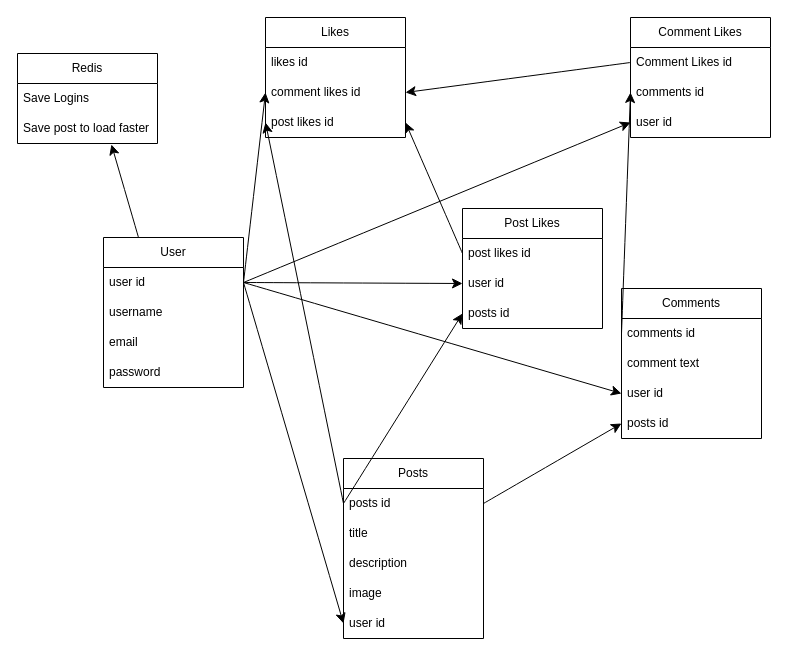
This is excercise4/Module8Exercise4Redis.drawio from nelg62/Module-8, a draw.io file, before an edit. Source tidied: cells renumbered, new cells numbered last; positions are measured from the earlier drawing's top-left corner, leaving out a move shared by most shapes. Both pictures are drawn from the tidied source at 100%, with x=0, y=0 at pixel (17, 17).
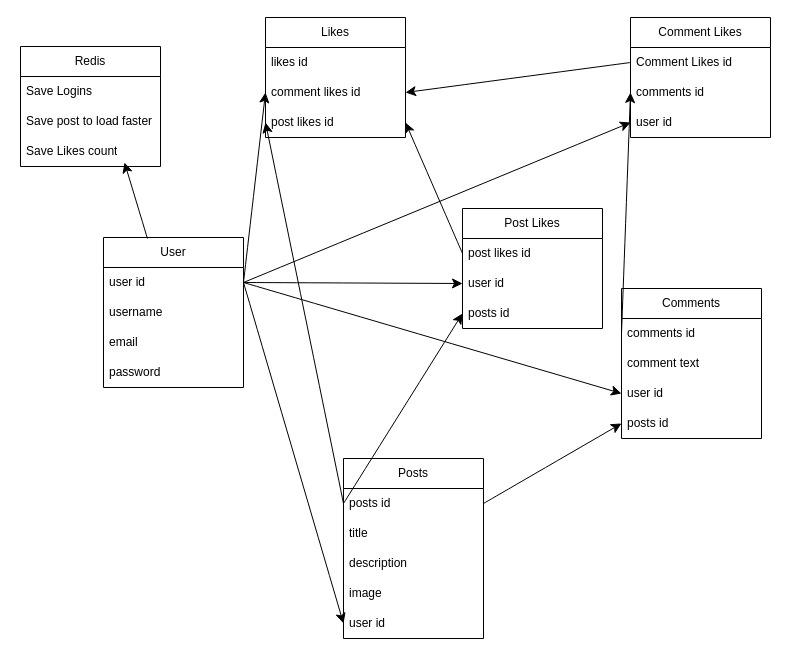
Above is the later version.

The change refers to these unchanged cells:
```xml
<mxCell id="2" value="User" style="swimlane;fontStyle=0;horizontal=1;startSize=30;whiteSpace=wrap;html=1;" parent="1" vertex="1">
  <mxGeometry x="86" y="220" width="140" height="150" as="geometry" />
</mxCell>
<mxCell id="43" value="Save post to load faster" style="text;strokeColor=none;fillColor=none;align=left;verticalAlign=middle;spacingLeft=4;spacingRight=4;overflow=hidden;points=[[0,0.5],[1,0.5]];portConstraint=eastwest;whiteSpace=wrap;html=1;" parent="41" vertex="1">
  <mxGeometry y="60" width="140" height="30" as="geometry" />
</mxCell>
```

What changed in the source:
```diff
@@
     <mxCell id="41" value="Redis" style="swimlane;fontStyle=0;horizontal=1;startSize=30;whiteSpace=wrap;html=1;" parent="1" vertex="1">
-      <mxGeometry y="36" width="140" height="90" as="geometry" />
+      <mxGeometry x="3" y="29" width="140" height="120" as="geometry" />
     </mxCell>
@@
+    <mxCell id="45" value="Save Likes count" style="text;strokeColor=none;fillColor=none;align=left;verticalAlign=middle;spacingLeft=4;spacingRight=4;overflow=hidden;whiteSpace=wrap;html=1;" parent="41" vertex="1">
+      <mxGeometry y="90" width="140" height="30" as="geometry" />
+    </mxCell>
-    <mxCell id="44" style="edgeStyle=none;curved=1;rounded=0;jettySize=auto;html=1;exitX=0.25;exitY=0;exitDx=0;exitDy=0;entryX=0.671;entryY=1.033;entryDx=0;entryDy=0;entryPerimeter=0;fontSize=12;startSize=8;endSize=8;" parent="1" edge="1" source="2" target="43">
-      <mxGeometry relative="1" as="geometry" />
+    <mxCell id="44" style="edgeStyle=none;curved=1;rounded=0;jettySize=auto;html=1;exitX=0.314;exitY=0.007;exitDx=0;exitDy=0;entryX=0.671;entryY=1.033;entryDx=0;entryDy=0;entryPerimeter=0;fontSize=12;startSize=8;endSize=8;exitPerimeter=0;" parent="1" edge="1" source="2">
+      <mxGeometry relative="1" as="geometry">
+        <mxPoint x="107" y="145" as="targetPoint" />
+      </mxGeometry>
     </mxCell>
```
